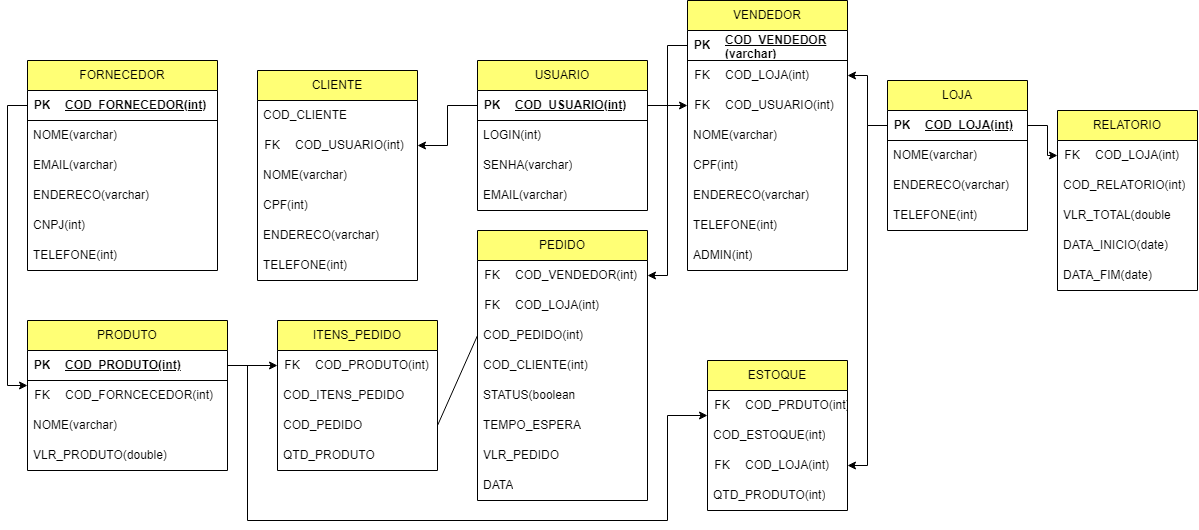
NicolasKevin2/BD keeps this draw.io diagram as ProjetoLógicoZéDelivery/zedelivery.drawio.png. Above is the earlier version. Source tidied: cells renumbered, new cells last; positions are measured from the earlier drawing's top-left corner, leaving out a move shared by most shapes.
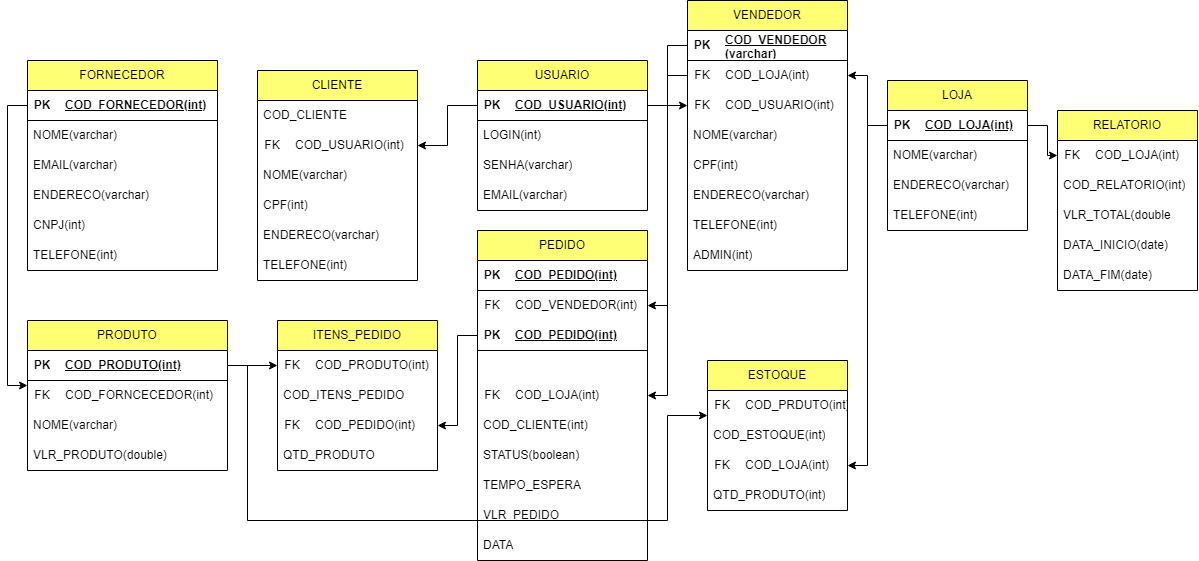
Above is the later version.

Diff of the diagram source:
```diff
@@ -132,10 +132,22 @@
       <mxGeometry y="120" width="140" height="30" as="geometry" />
     </mxCell>
     <mxCell id="45" value="PEDIDO" style="swimlane;fontStyle=0;horizontal=1;startSize=30;whiteSpace=wrap;html=1;fillColor=#FFFF75;" parent="1" vertex="1">
-      <mxGeometry x="470" y="230" width="170" height="270" as="geometry" />
+      <mxGeometry x="470" y="230" width="170" height="330" as="geometry" />
     </mxCell>
+    <mxCell id="119" style="shape=table;startSize=0;rowLines=0;fontStyle=0;align=center;strokeColor=none;fillColor=none;" parent="45" vertex="1">
+      <mxGeometry y="30" width="170" height="30" as="geometry" />
+    </mxCell>
+    <mxCell id="120" style="shape=tableRow;horizontal=0;startSize=0;swimlaneHead=0;swimlaneBody=0;fillColor=none;top=0;left=0;right=0;bottom=1;" parent="119" vertex="1">
+      <mxGeometry width="170" height="30" as="geometry" />
+    </mxCell>
+    <mxCell id="121" value="PK" style="shape=partialRectangle;fillColor=none;top=0;left=0;bottom=0;right=0;fontStyle=1;overflow=hidden;whiteSpace=wrap;html=1;" parent="120" vertex="1">
+      <mxGeometry width="30" height="30" as="geometry" />
+    </mxCell>
+    <mxCell id="122" value="COD_PEDIDO(int)" style="shape=partialRectangle;fillColor=none;top=0;left=0;bottom=0;right=0;align=left;spacingLeft=6;fontStyle=5;overflow=hidden;whiteSpace=wrap;html=1;" parent="120" vertex="1">
+      <mxGeometry x="30" width="140" height="30" as="geometry" />
+    </mxCell>
     <mxCell id="46" style="shape=table;startSize=0;rowLines=0;fontStyle=0;align=center;strokeColor=none;fillColor=none;" parent="45" vertex="1">
-      <mxGeometry y="30" width="170" height="30" as="geometry" />
+      <mxGeometry y="60" width="170" height="90" as="geometry" />
     </mxCell>
     <mxCell id="47" style="shape=tableRow;horizontal=0;startSize=0;swimlaneHead=0;swimlaneBody=0;fillColor=none;points=[[0,0.5],[1,0.5]];portConstraint=eastwest;top=0;left=0;right=0;bottom=0;" parent="46" vertex="1">
       <mxGeometry width="170" height="30" as="geometry" />
@@ -146,8 +158,17 @@
     <mxCell id="49" value="COD_VENDEDOR(int)" style="shape=partialRectangle;fillColor=none;top=0;left=0;bottom=0;right=0;align=left;spacingLeft=6;fontStyle=0;overflow=hidden;whiteSpace=wrap;html=1;" parent="47" vertex="1">
       <mxGeometry x="30" width="140" height="30" as="geometry" />
     </mxCell>
+    <mxCell id="123" style="shape=tableRow;horizontal=0;startSize=0;swimlaneHead=0;swimlaneBody=0;fillColor=none;points=[[0,0.5],[1,0.5]];portConstraint=eastwest;top=0;left=0;right=0;bottom=1;" parent="46" vertex="1">
+      <mxGeometry y="30" width="170" height="30" as="geometry" />
+    </mxCell>
+    <mxCell id="124" value="PK" style="shape=partialRectangle;fillColor=none;top=0;left=0;bottom=0;right=0;fontStyle=1;overflow=hidden;whiteSpace=wrap;html=1;" parent="123" vertex="1">
+      <mxGeometry width="30" height="30" as="geometry" />
+    </mxCell>
+    <mxCell id="125" value="COD_PEDIDO(int)" style="shape=partialRectangle;fillColor=none;top=0;left=0;bottom=0;right=0;align=left;spacingLeft=6;fontStyle=5;overflow=hidden;whiteSpace=wrap;html=1;" parent="123" vertex="1">
+      <mxGeometry x="30" width="140" height="30" as="geometry" />
+    </mxCell>
     <mxCell id="50" style="shape=table;startSize=0;rowLines=0;fontStyle=0;align=center;strokeColor=none;fillColor=none;" parent="45" vertex="1">
-      <mxGeometry y="60" width="170" height="30" as="geometry" />
+      <mxGeometry y="150" width="170" height="30" as="geometry" />
     </mxCell>
     <mxCell id="51" style="shape=tableRow;horizontal=0;startSize=0;swimlaneHead=0;swimlaneBody=0;fillColor=none;points=[[0,0.5],[1,0.5]];portConstraint=eastwest;top=0;left=0;right=0;bottom=0;" parent="50" vertex="1">
       <mxGeometry width="170" height="30" as="geometry" />
@@ -158,23 +179,20 @@
     <mxCell id="53" value="COD_LOJA(int)" style="shape=partialRectangle;fillColor=none;top=0;left=0;bottom=0;right=0;align=left;spacingLeft=6;fontStyle=0;overflow=hidden;whiteSpace=wrap;html=1;" parent="51" vertex="1">
       <mxGeometry x="30" width="140" height="30" as="geometry" />
     </mxCell>
-    <mxCell id="54" value="COD_PEDIDO(int)" style="text;strokeColor=none;fillColor=none;align=left;verticalAlign=middle;spacingLeft=4;spacingRight=4;overflow=hidden;points=[[0,0.5],[1,0.5]];portConstraint=eastwest;whiteSpace=wrap;html=1;" parent="45" vertex="1">
-      <mxGeometry y="90" width="170" height="30" as="geometry" />
-    </mxCell>
     <mxCell id="55" value="COD_CLIENTE(int)" style="text;strokeColor=none;fillColor=none;align=left;verticalAlign=middle;spacingLeft=4;spacingRight=4;overflow=hidden;whiteSpace=wrap;html=1;" parent="45" vertex="1">
-      <mxGeometry y="120" width="170" height="30" as="geometry" />
+      <mxGeometry y="180" width="170" height="30" as="geometry" />
     </mxCell>
-    <mxCell id="56" value="STATUS(boolean" style="text;strokeColor=none;fillColor=none;align=left;verticalAlign=middle;spacingLeft=4;spacingRight=4;overflow=hidden;whiteSpace=wrap;html=1;" parent="45" vertex="1">
-      <mxGeometry y="150" width="170" height="30" as="geometry" />
+    <mxCell id="56" value="STATUS(boolean)" style="text;strokeColor=none;fillColor=none;align=left;verticalAlign=middle;spacingLeft=4;spacingRight=4;overflow=hidden;whiteSpace=wrap;html=1;" parent="45" vertex="1">
+      <mxGeometry y="210" width="170" height="30" as="geometry" />
     </mxCell>
     <mxCell id="57" value="TEMPO_ESPERA" style="text;strokeColor=none;fillColor=none;align=left;verticalAlign=middle;spacingLeft=4;spacingRight=4;overflow=hidden;whiteSpace=wrap;html=1;" parent="45" vertex="1">
-      <mxGeometry y="180" width="170" height="30" as="geometry" />
+      <mxGeometry y="240" width="170" height="30" as="geometry" />
     </mxCell>
     <mxCell id="58" value="VLR_PEDIDO" style="text;strokeColor=none;fillColor=none;align=left;verticalAlign=middle;spacingLeft=4;spacingRight=4;overflow=hidden;whiteSpace=wrap;html=1;" parent="45" vertex="1">
-      <mxGeometry y="210" width="170" height="30" as="geometry" />
+      <mxGeometry y="270" width="170" height="30" as="geometry" />
     </mxCell>
     <mxCell id="59" value="DATA" style="text;strokeColor=none;fillColor=none;align=left;verticalAlign=middle;spacingLeft=4;spacingRight=4;overflow=hidden;whiteSpace=wrap;html=1;" parent="45" vertex="1">
-      <mxGeometry y="240" width="170" height="30" as="geometry" />
+      <mxGeometry y="300" width="170" height="30" as="geometry" />
     </mxCell>
     <mxCell id="60" value="ITENS_PEDIDO" style="swimlane;fontStyle=0;horizontal=1;startSize=30;whiteSpace=wrap;html=1;fillColor=#FFFF75;" parent="1" vertex="1">
       <mxGeometry x="270" y="320" width="160" height="150" as="geometry" />
@@ -194,15 +212,21 @@
     <mxCell id="65" value="COD_ITENS_PEDIDO" style="text;strokeColor=none;fillColor=none;align=left;verticalAlign=middle;spacingLeft=4;spacingRight=4;overflow=hidden;whiteSpace=wrap;html=1;" parent="60" vertex="1">
       <mxGeometry y="60" width="160" height="30" as="geometry" />
     </mxCell>
-    <mxCell id="66" value="COD_PEDIDO" style="text;strokeColor=none;fillColor=none;align=left;verticalAlign=middle;spacingLeft=4;spacingRight=4;overflow=hidden;points=[[0,0.5],[1,0.5]];portConstraint=eastwest;whiteSpace=wrap;html=1;" parent="60" vertex="1">
-      <mxGeometry y="90" width="160" height="30" as="geometry" />
-    </mxCell>
+    <mxCell id="126" style="shape=table;startSize=0;rowLines=0;fontStyle=0;align=center;strokeColor=none;fillColor=none;" parent="60" vertex="1">
+      <mxGeometry y="90" width="160" height="30" as="geometry" />
+    </mxCell>
+    <mxCell id="127" style="shape=tableRow;horizontal=0;startSize=0;swimlaneHead=0;swimlaneBody=0;fillColor=none;points=[[0,0.5],[1,0.5]];portConstraint=eastwest;top=0;left=0;right=0;bottom=0;" parent="126" vertex="1">
+      <mxGeometry width="160" height="30" as="geometry" />
+    </mxCell>
+    <mxCell id="128" value="FK" style="shape=partialRectangle;fillColor=none;top=0;left=0;bottom=0;right=0;fontStyle=0;overflow=hidden;whiteSpace=wrap;html=1;" parent="127" vertex="1">
+      <mxGeometry width="30" height="30" as="geometry" />
+    </mxCell>
+    <mxCell id="129" value="COD_PEDIDO(int)" style="shape=partialRectangle;fillColor=none;top=0;left=0;bottom=0;right=0;align=left;spacingLeft=6;fontStyle=0;overflow=hidden;whiteSpace=wrap;html=1;" parent="127" vertex="1">
+      <mxGeometry x="30" width="130" height="30" as="geometry" />
+    </mxCell>
     <mxCell id="67" value="QTD_PRODUTO" style="text;strokeColor=none;fillColor=none;align=left;verticalAlign=middle;spacingLeft=4;spacingRight=4;overflow=hidden;whiteSpace=wrap;html=1;" parent="60" vertex="1">
       <mxGeometry y="120" width="160" height="30" as="geometry" />
     </mxCell>
-    <mxCell id="68" style="endArrow=none;html=1;rounded=0;entryX=0;entryY=0.5;entryDx=0;entryDy=0;exitX=1;exitY=0.5;exitDx=0;exitDy=0;" parent="1" edge="1" source="66" target="54">
-      <mxGeometry relative="1" as="geometry" />
-    </mxCell>
     <mxCell id="69" value="PRODUTO" style="swimlane;fontStyle=0;horizontal=1;startSize=30;whiteSpace=wrap;html=1;fillColor=#FFFF75;" parent="1" vertex="1">
       <mxGeometry x="20" y="320" width="200" height="150" as="geometry" />
     </mxCell>
@@ -365,5 +389,11 @@
         </Array>
       </mxGeometry>
     </mxCell>
+    <mxCell id="130" style="edgeStyle=orthogonalEdgeStyle;rounded=0;jettySize=auto;html=1;" parent="1" edge="1" source="25" target="51">
+      <mxGeometry relative="1" as="geometry" />
+    </mxCell>
+    <mxCell id="131" style="edgeStyle=orthogonalEdgeStyle;rounded=0;jettySize=auto;html=1;" parent="1" edge="1" source="123" target="127">
+      <mxGeometry relative="1" as="geometry" />
+    </mxCell>
   </root>
 </mxGraphModel>
```
